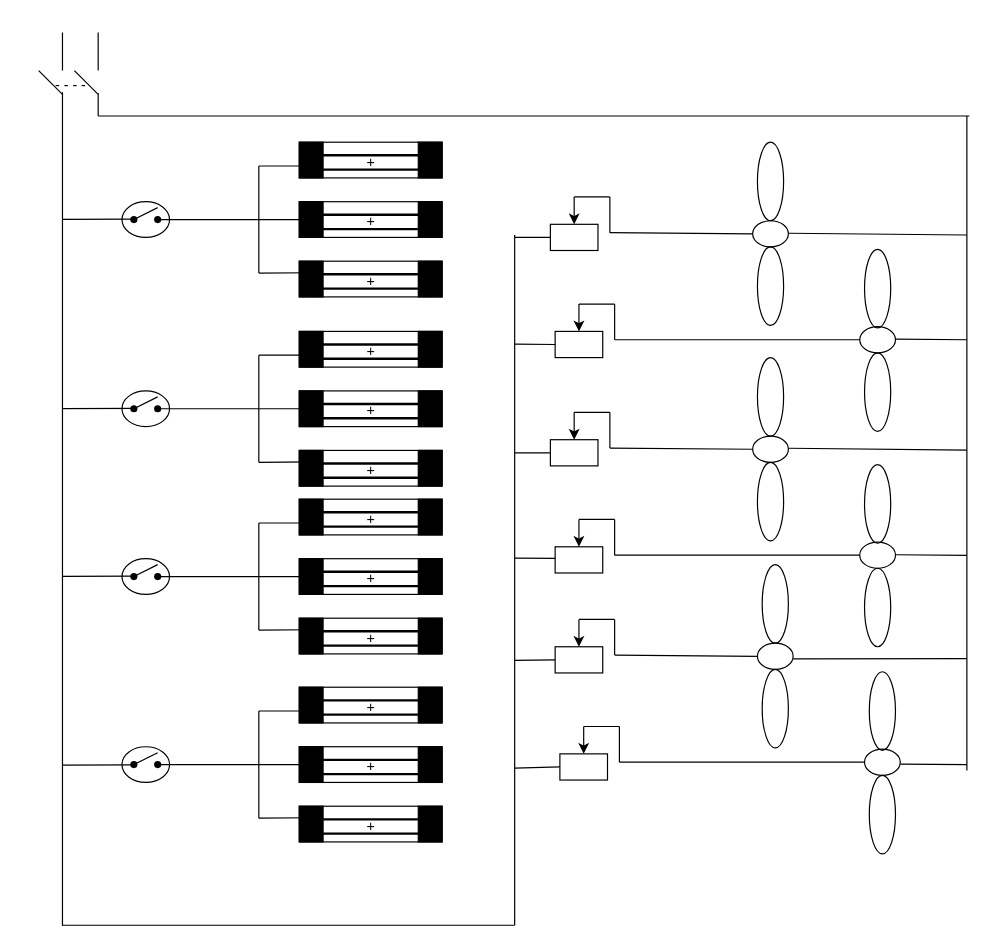
Before: page "Trang-6" (2 of 8) of Biểu đồ không có tiêu đề.drawio in minhminh2712/gi-i-thi-u-th-nh-vi-n, a draw.io diagram. Source tidied: cells renumbered, new cells numbered last; positions are measured from the earlier drawing's top-left corner, leaving out a move shared by most shapes. Both pictures are drawn from the tidied source at 119%, with x=0, y=0 at pixel (20, 32).
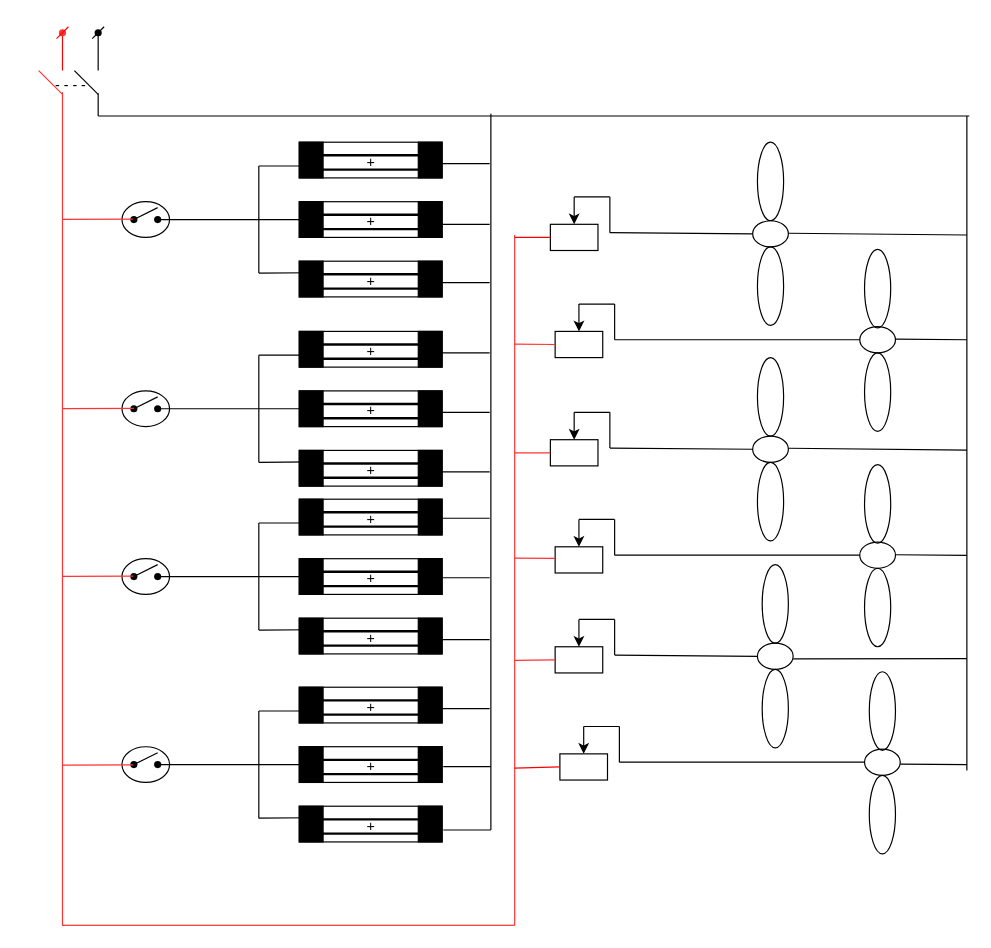
The same diagram, later.

The change refers to these unchanged cells:
```xml
<mxCell id="31" style="rounded=0;whiteSpace=wrap;html=1;fillColor=none;" parent="1" vertex="1">
  <mxGeometry x="445" y="161" width="40" height="22" as="geometry" />
</mxCell>
<mxCell id="39" style="rounded=0;whiteSpace=wrap;html=1;fillColor=none;" parent="1" vertex="1">
  <mxGeometry x="449" y="251" width="40" height="22" as="geometry" />
</mxCell>
<mxCell id="47" style="rounded=0;whiteSpace=wrap;html=1;fillColor=none;" parent="1" vertex="1">
  <mxGeometry x="445" y="342" width="40" height="22" as="geometry" />
</mxCell>
<mxCell id="62" style="rounded=0;whiteSpace=wrap;html=1;fillColor=none;" parent="1" vertex="1">
  <mxGeometry x="449" y="516" width="40" height="22" as="geometry" />
</mxCell>
<mxCell id="70" style="rounded=0;whiteSpace=wrap;html=1;fillColor=none;" parent="1" vertex="1">
  <mxGeometry x="453" y="606" width="40" height="22" as="geometry" />
</mxCell>
```

Change to the diagram source:
```diff
@@
-    <mxCell id="76" style="endArrow=none;html=1;rounded=0;" parent="1" edge="1">
+    <mxCell id="76" style="endArrow=none;html=1;rounded=0;strokeColor=#FF0000;" parent="1" edge="1">
       <mxGeometry relative="1" as="geometry">
         <mxPoint x="35" y="31.8" as="sourcePoint" />
         <mxPoint x="35" y="-0.2" as="targetPoint" />
       </mxGeometry>
     </mxCell>
@@
-    <mxCell id="78" style="endArrow=none;html=1;rounded=0;" parent="1" edge="1">
+    <mxCell id="78" style="endArrow=none;html=1;rounded=0;strokeColor=#FF3333;" parent="1" edge="1">
       <mxGeometry relative="1" as="geometry">
         <mxPoint x="35" y="51.8" as="sourcePoint" />
         <mxPoint x="15" y="31.8" as="targetPoint" />
       </mxGeometry>
     </mxCell>
@@
     <mxCell id="159" value="&amp;nbsp; &amp;nbsp; &amp;nbsp;- - - -&amp;nbsp;" style="text;html=1;align=center;verticalAlign=middle;strokeColor=none;fillColor=none;" parent="1" vertex="1">
-      <mxGeometry y="29.8" width="70" height="30" as="geometry" />
+      <mxGeometry y="30" width="70" height="30" as="geometry" />
     </mxCell>
-    <mxCell id="160" style="endArrow=none;html=1;rounded=0;strokeColor=#000000;" parent="1" edge="1">
+    <mxCell id="160" style="endArrow=none;html=1;rounded=0;strokeColor=#FF3333;" parent="1" edge="1">
       <mxGeometry relative="1" as="geometry">
         <mxPoint x="35" y="750.4" as="sourcePoint" />
         <mxPoint x="35" y="50" as="targetPoint" />
       </mxGeometry>
     </mxCell>
@@
-    <mxCell id="164" style="endArrow=none;html=1;rounded=0;" parent="1" edge="1">
+    <mxCell id="164" style="endArrow=none;html=1;rounded=0;strokeColor=#FF3333;" parent="1" edge="1">
       <mxGeometry relative="1" as="geometry">
         <mxPoint x="35.5" y="315.9" as="sourcePoint" />
         <mxPoint x="95" y="315.6" as="targetPoint" />
       </mxGeometry>
     </mxCell>
-    <mxCell id="165" style="endArrow=none;html=1;rounded=0;" parent="1" edge="1">
+    <mxCell id="165" style="endArrow=none;html=1;rounded=0;strokeColor=#FF3333;" parent="1" edge="1">
       <mxGeometry relative="1" as="geometry">
         <mxPoint x="35" y="156.9" as="sourcePoint" />
         <mxPoint x="94.5" y="156.6" as="targetPoint" />
       </mxGeometry>
     </mxCell>
-    <mxCell id="166" style="endArrow=none;html=1;rounded=0;" parent="1" edge="1">
+    <mxCell id="166" style="endArrow=none;html=1;rounded=0;strokeColor=#FF3333;" parent="1" edge="1">
       <mxGeometry relative="1" as="geometry">
         <mxPoint x="35" y="456.9" as="sourcePoint" />
         <mxPoint x="94.5" y="456.6" as="targetPoint" />
       </mxGeometry>
     </mxCell>
-    <mxCell id="167" style="endArrow=none;html=1;rounded=0;" parent="1" edge="1">
+    <mxCell id="167" style="endArrow=none;html=1;rounded=0;strokeColor=#FF3333;" parent="1" edge="1">
       <mxGeometry relative="1" as="geometry">
         <mxPoint x="35" y="615.5" as="sourcePoint" />
         <mxPoint x="94.5" y="615.2" as="targetPoint" />
       </mxGeometry>
     </mxCell>
-    <mxCell id="168" style="endArrow=none;html=1;rounded=0;strokeColor=#000000;" parent="1" edge="1">
+    <mxCell id="168" style="endArrow=none;html=1;rounded=0;strokeColor=#FF3333;" parent="1" edge="1">
       <mxGeometry relative="1" as="geometry">
         <mxPoint x="415" y="750" as="sourcePoint" />
         <mxPoint x="415" y="170" as="targetPoint" />
       </mxGeometry>
     </mxCell>
-    <mxCell id="169" style="endArrow=none;html=1;rounded=0;entryX=0;entryY=0.5;entryDx=0;entryDy=0;" parent="1" edge="1" target="31">
+    <mxCell id="169" style="endArrow=none;html=1;rounded=0;entryX=0;entryY=0.5;entryDx=0;entryDy=0;strokeColor=#FF0000;" parent="1" edge="1" target="31">
       <mxGeometry relative="1" as="geometry">
         <mxPoint x="415" y="172" as="sourcePoint" />
       </mxGeometry>
     </mxCell>
-    <mxCell id="170" style="endArrow=none;html=1;rounded=0;entryX=0;entryY=0.5;entryDx=0;entryDy=0;" parent="1" edge="1" target="39">
+    <mxCell id="170" style="endArrow=none;html=1;rounded=0;entryX=0;entryY=0.5;entryDx=0;entryDy=0;strokeColor=#FF3333;" parent="1" edge="1" target="39">
       <mxGeometry relative="1" as="geometry">
         <mxPoint x="415" y="261.7" as="sourcePoint" />
       </mxGeometry>
     </mxCell>
-    <mxCell id="171" style="endArrow=none;html=1;rounded=0;entryX=0;entryY=0.5;entryDx=0;entryDy=0;" parent="1" edge="1" target="47">
+    <mxCell id="171" style="endArrow=none;html=1;rounded=0;entryX=0;entryY=0.5;entryDx=0;entryDy=0;strokeColor=#FF3333;" parent="1" edge="1" target="47">
       <mxGeometry relative="1" as="geometry">
         <mxPoint x="415" y="353" as="sourcePoint" />
       </mxGeometry>
     </mxCell>
-    <mxCell id="172" style="endArrow=none;html=1;rounded=0;entryX=0;entryY=0.5;entryDx=0;entryDy=0;" parent="1" edge="1">
+    <mxCell id="172" style="endArrow=none;html=1;rounded=0;entryX=0;entryY=0.5;entryDx=0;entryDy=0;strokeColor=#FF3333;" parent="1" edge="1">
       <mxGeometry relative="1" as="geometry">
         <mxPoint x="415" y="441.5" as="sourcePoint" />
         <mxPoint x="449" y="441.7" as="targetPoint" />
       </mxGeometry>
     </mxCell>
-    <mxCell id="173" style="endArrow=none;html=1;rounded=0;entryX=0;entryY=0.5;entryDx=0;entryDy=0;" parent="1" edge="1" target="70">
+    <mxCell id="173" style="endArrow=none;html=1;rounded=0;entryX=0;entryY=0.5;entryDx=0;entryDy=0;strokeColor=#FF0000;" parent="1" edge="1" target="70">
       <mxGeometry relative="1" as="geometry">
         <mxPoint x="415" y="618" as="sourcePoint" />
       </mxGeometry>
     </mxCell>
-    <mxCell id="174" style="endArrow=none;html=1;rounded=0;entryX=0;entryY=0.5;entryDx=0;entryDy=0;" parent="1" edge="1" target="62">
+    <mxCell id="174" style="endArrow=none;html=1;rounded=0;entryX=0;entryY=0.5;entryDx=0;entryDy=0;strokeColor=#FF3333;" parent="1" edge="1" target="62">
       <mxGeometry relative="1" as="geometry">
         <mxPoint x="415" y="527.5" as="sourcePoint" />
       </mxGeometry>
     </mxCell>
@@
-    <mxCell id="181" style="endArrow=none;html=1;rounded=0;" parent="1" edge="1">
+    <mxCell id="181" style="endArrow=none;html=1;rounded=0;strokeColor=#FF0000;" parent="1" edge="1">
       <mxGeometry relative="1" as="geometry">
         <mxPoint x="35" y="750" as="sourcePoint" />
         <mxPoint x="415" y="750" as="targetPoint" />
       </mxGeometry>
     </mxCell>
+    <mxCell id="182" style="shape=waypoint;sketch=0;fillStyle=solid;size=6;fillColor=none;perimeter=centerPerimeter;strokeColor=#FF3333;" parent="1" vertex="1">
+      <mxGeometry x="25" y="-10" width="20" height="20" as="geometry" />
+    </mxCell>
+    <mxCell id="183" style="shape=waypoint;sketch=0;fillStyle=solid;size=6;fillColor=none;perimeter=centerPerimeter;" parent="1" vertex="1">
+      <mxGeometry x="55" y="-10" width="20" height="20" as="geometry" />
+    </mxCell>
+    <mxCell id="184" style="endArrow=none;html=1;rounded=0;strokeColor=#FF0000;" parent="1" edge="1">
+      <mxGeometry relative="1" as="geometry">
+        <mxPoint x="30" y="5" as="sourcePoint" />
+        <mxPoint x="40" y="-5" as="targetPoint" />
+      </mxGeometry>
+    </mxCell>
+    <mxCell id="185" style="endArrow=none;html=1;rounded=0;" parent="1" edge="1">
+      <mxGeometry relative="1" as="geometry">
+        <mxPoint x="60" y="5" as="sourcePoint" />
+        <mxPoint x="70" y="-5" as="targetPoint" />
+      </mxGeometry>
+    </mxCell>
+    <mxCell id="186" style="endArrow=none;html=1;rounded=0;" parent="1" edge="1">
+      <mxGeometry relative="1" as="geometry">
+        <mxPoint x="355" y="670" as="sourcePoint" />
+        <mxPoint x="395" y="670" as="targetPoint" />
+      </mxGeometry>
+    </mxCell>
+    <mxCell id="187" style="endArrow=none;html=1;rounded=0;" parent="1" edge="1">
+      <mxGeometry relative="1" as="geometry">
+        <mxPoint x="355" y="616.7" as="sourcePoint" />
+        <mxPoint x="395" y="616.7" as="targetPoint" />
+      </mxGeometry>
+    </mxCell>
+    <mxCell id="188" style="endArrow=none;html=1;rounded=0;" parent="1" edge="1">
+      <mxGeometry relative="1" as="geometry">
+        <mxPoint x="354" y="568" as="sourcePoint" />
+        <mxPoint x="394" y="568" as="targetPoint" />
+      </mxGeometry>
+    </mxCell>
+    <mxCell id="189" style="endArrow=none;html=1;rounded=0;" parent="1" edge="1">
+      <mxGeometry relative="1" as="geometry">
+        <mxPoint x="354" y="510" as="sourcePoint" />
+        <mxPoint x="394" y="510" as="targetPoint" />
+      </mxGeometry>
+    </mxCell>
+    <mxCell id="190" style="endArrow=none;html=1;rounded=0;" parent="1" edge="1">
+      <mxGeometry relative="1" as="geometry">
+        <mxPoint x="354" y="458" as="sourcePoint" />
+        <mxPoint x="394" y="458" as="targetPoint" />
+      </mxGeometry>
+    </mxCell>
+    <mxCell id="191" style="endArrow=none;html=1;rounded=0;" parent="1" edge="1">
+      <mxGeometry relative="1" as="geometry">
+        <mxPoint x="354" y="408" as="sourcePoint" />
+        <mxPoint x="394" y="408" as="targetPoint" />
+      </mxGeometry>
+    </mxCell>
+    <mxCell id="192" style="endArrow=none;html=1;rounded=0;" parent="1" edge="1">
+      <mxGeometry relative="1" as="geometry">
+        <mxPoint x="354" y="369" as="sourcePoint" />
+        <mxPoint x="394" y="369" as="targetPoint" />
+      </mxGeometry>
+    </mxCell>
+    <mxCell id="193" style="endArrow=none;html=1;rounded=0;" parent="1" edge="1">
+      <mxGeometry relative="1" as="geometry">
+        <mxPoint x="354" y="269" as="sourcePoint" />
+        <mxPoint x="394" y="269" as="targetPoint" />
+      </mxGeometry>
+    </mxCell>
+    <mxCell id="194" style="endArrow=none;html=1;rounded=0;" parent="1" edge="1">
+      <mxGeometry relative="1" as="geometry">
+        <mxPoint x="354" y="319" as="sourcePoint" />
+        <mxPoint x="394" y="319" as="targetPoint" />
+      </mxGeometry>
+    </mxCell>
+    <mxCell id="195" style="endArrow=none;html=1;rounded=0;" parent="1" edge="1">
+      <mxGeometry relative="1" as="geometry">
+        <mxPoint x="354" y="110" as="sourcePoint" />
+        <mxPoint x="394" y="110" as="targetPoint" />
+      </mxGeometry>
+    </mxCell>
+    <mxCell id="196" style="endArrow=none;html=1;rounded=0;" parent="1" edge="1">
+      <mxGeometry relative="1" as="geometry">
+        <mxPoint x="354" y="210" as="sourcePoint" />
+        <mxPoint x="394" y="210" as="targetPoint" />
+      </mxGeometry>
+    </mxCell>
+    <mxCell id="197" style="endArrow=none;html=1;rounded=0;" parent="1" edge="1">
+      <mxGeometry relative="1" as="geometry">
+        <mxPoint x="354" y="161" as="sourcePoint" />
+        <mxPoint x="394" y="161" as="targetPoint" />
+      </mxGeometry>
+    </mxCell>
+    <mxCell id="198" style="endArrow=none;html=1;rounded=0;strokeColor=#000000;" parent="1" edge="1">
+      <mxGeometry relative="1" as="geometry">
+        <mxPoint x="395" y="670" as="sourcePoint" />
+        <mxPoint x="395" y="68" as="targetPoint" />
+      </mxGeometry>
+    </mxCell>
```
